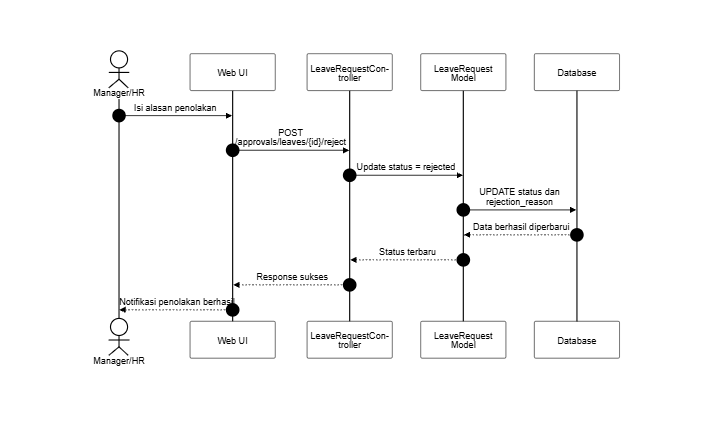
The Mermaid diagram docs/SequenceDiagram/PNG_Transparent/PersetujuanCuti-TolakPermintaanCuti.png in SulaimanHafi23/SimpegRSHDI, before a commit. Its source is kept beside it as docs/SequenceDiagram/PersetujuanCuti-TolakPermintaanCuti.mermaid. Its diagram source:
```mermaid
%%{init: {"theme": "base", "themeVariables": {"background": "#dddddd", "primaryColor": "#ffffff", "primaryBorderColor": "#000000", "primaryTextColor": "#000000", "lineColor": "#000000", "textColor": "#000000", "actorBkg": "#ffffff", "actorBorder": "#000000", "actorTextColor": "#000000", "activationBkgColor": "#ffffff", "activationBorderColor": "#000000", "signalColor": "#000000", "signalTextColor": "#000000", "labelBoxBkgColor": "#ffffff", "labelBoxBorderColor": "#000000", "labelTextColor": "#000000", "sequenceNumberColor": "#000000", "noteBkgColor": "#ffffff", "noteBorderColor": "#000000", "noteTextColor": "#000000"}, "sequence": {"useMaxWidth": true, "wrap": true, "messageFontSize": 12, "noteFontSize": 12}}}%%
sequenceDiagram
    autonumber
    actor A as Manager/HR
    participant UI as Web UI
    participant C as LeaveRequestController
    participant M as LeaveRequest Model
    participant DB as Database

    A->>UI: Isi alasan penolakan
    UI->>C: POST /approvals/leaves/{id}/reject
    C->>M: Update status = rejected
    M->>DB: UPDATE status dan rejection_reason
    DB-->>M: Data berhasil diperbarui
    M-->>C: Status terbaru
    C-->>UI: Response sukses
    UI-->>A: Notifikasi penolakan berhasil
```
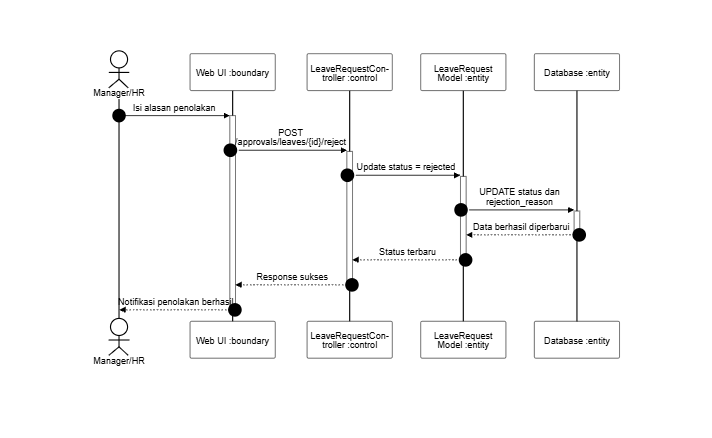
Above is the later version.

Diff of the diagram source:
```diff
@@ -2,16 +2,16 @@
 sequenceDiagram
     autonumber
     actor A as Manager/HR
-    participant UI as Web UI
-    participant C as LeaveRequestController
-    participant M as LeaveRequest Model
-    participant DB as Database
+    participant UI as Web UI :boundary
+    participant C as LeaveRequestController :control
+    participant M as LeaveRequest Model :entity
+    participant DB as Database :entity
 
-    A->>UI: Isi alasan penolakan
-    UI->>C: POST /approvals/leaves/{id}/reject
-    C->>M: Update status = rejected
-    M->>DB: UPDATE status dan rejection_reason
-    DB-->>M: Data berhasil diperbarui
-    M-->>C: Status terbaru
-    C-->>UI: Response sukses
-    UI-->>A: Notifikasi penolakan berhasil
+    A->>+UI: Isi alasan penolakan
+    UI->>+C: POST /approvals/leaves/{id}/reject
+    C->>+M: Update status = rejected
+    M->>+DB: UPDATE status dan rejection_reason
+    DB-->>-M: Data berhasil diperbarui
+    M-->>-C: Status terbaru
+    C-->>-UI: Response sukses
+    UI-->>-A: Notifikasi penolakan berhasil
```
